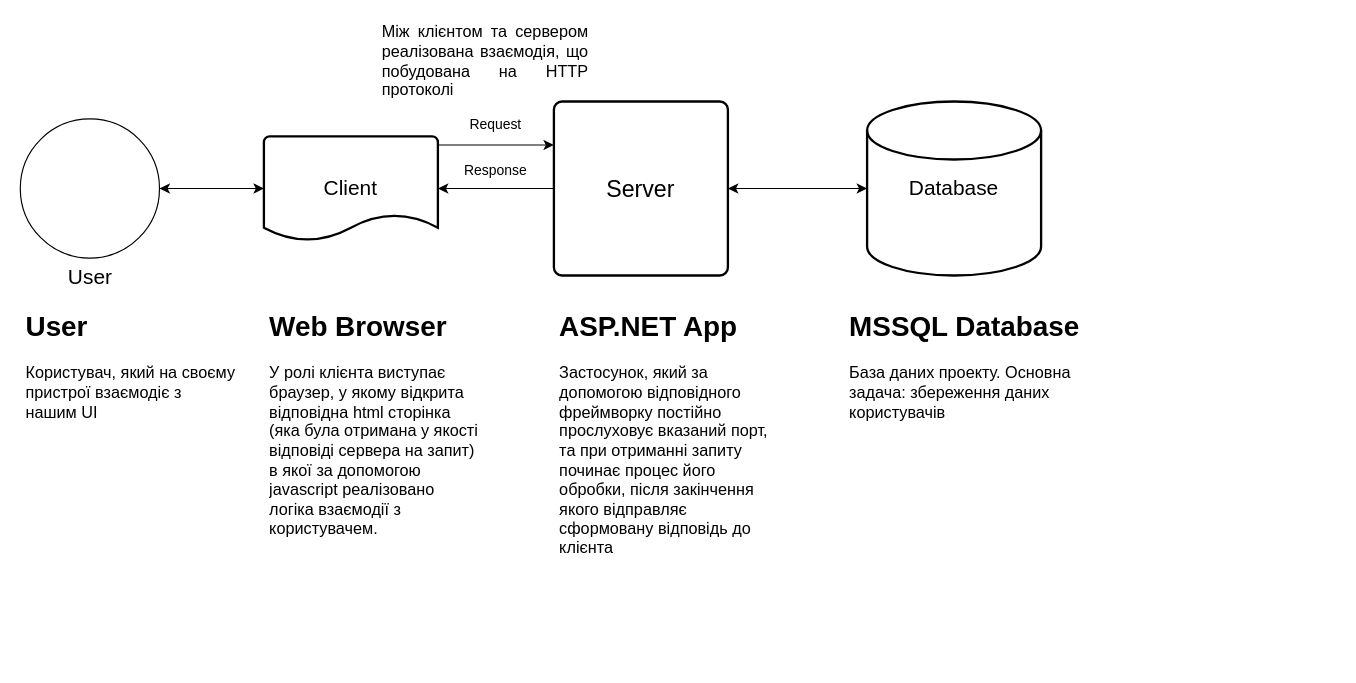
Earlier version of the draw.io diagram documentation/client-server.drawio (vitaliy-bezugly/PropertySearch). Source tidied: cells renumbered, new cells numbered last; positions are measured from the earlier drawing's top-left corner, leaving out a move shared by most shapes. Both pictures are drawn from the tidied source at 116%, with x=0, y=0 at pixel (20, 20).
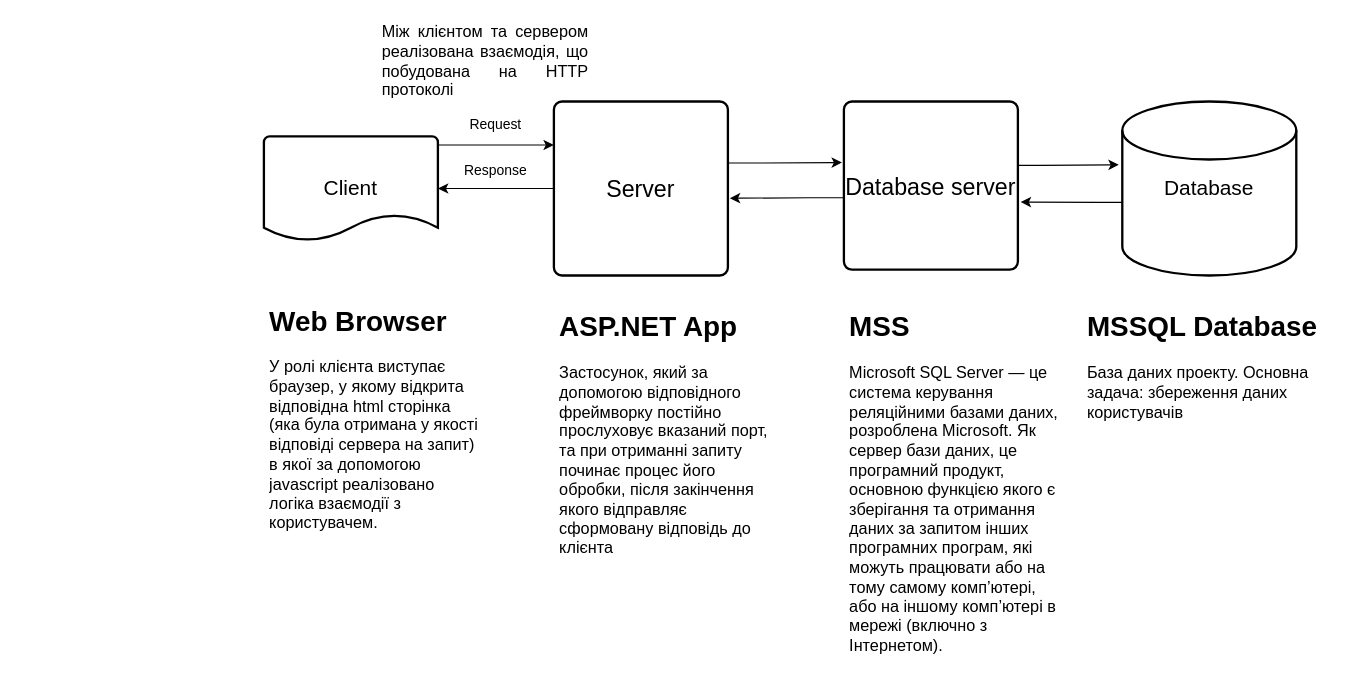
After the change.

The change refers to these unchanged cells:
```xml
<mxCell id="6" value="&lt;font style=&quot;font-size: 18px;&quot;&gt;Client&lt;/font&gt;" style="strokeWidth=2;html=1;shape=mxgraph.flowchart.document2;whiteSpace=wrap;size=0.25;" parent="1" vertex="1">
  <mxGeometry x="210" y="100" width="150" height="90" as="geometry" />
</mxCell>
<mxCell id="9" value="&lt;font style=&quot;font-size: 20px;&quot;&gt;Server&lt;/font&gt;" style="rounded=1;whiteSpace=wrap;html=1;absoluteArcSize=1;arcSize=14;strokeWidth=2;" parent="1" vertex="1">
  <mxGeometry x="460" y="70" width="150" height="150" as="geometry" />
</mxCell>
```

Diff of the diagram source:
```diff
@@
-    <mxCell id="2" style="edgeStyle=orthogonalEdgeStyle;rounded=0;jettySize=auto;html=1;entryX=0;entryY=0.5;entryDx=0;entryDy=0;entryPerimeter=0;" parent="1" edge="1" source="3" target="6">
-      <mxGeometry relative="1" as="geometry" />
-    </mxCell>
-    <mxCell id="3" value="&lt;font style=&quot;font-size: 18px;&quot;&gt;User&lt;/font&gt;" style="verticalLabelPosition=bottom;verticalAlign=top;html=1;shape=mxgraph.flowchart.on-page_reference;" parent="1" vertex="1">
-      <mxGeometry y="85" width="120" height="120" as="geometry" />
-    </mxCell>
@@
-    <mxCell id="5" style="edgeStyle=orthogonalEdgeStyle;rounded=0;jettySize=auto;html=1;entryX=1;entryY=0.5;entryDx=0;entryDy=0;entryPerimeter=0;" parent="1" edge="1" source="6" target="3">
-      <mxGeometry relative="1" as="geometry" />
-    </mxCell>
@@
-    <mxCell id="8" style="edgeStyle=orthogonalEdgeStyle;rounded=0;jettySize=auto;html=1;entryX=0;entryY=0.5;entryDx=0;entryDy=0;entryPerimeter=0;" parent="1" edge="1" source="9" target="13">
-      <mxGeometry relative="1" as="geometry" />
-    </mxCell>
+    <mxCell id="19" style="edgeStyle=orthogonalEdgeStyle;rounded=0;jettySize=auto;html=1;entryX=-0.011;entryY=0.363;entryDx=0;entryDy=0;entryPerimeter=0;" parent="1" edge="1" source="9" target="23">
+      <mxGeometry relative="1" as="geometry">
+        <Array as="points">
+          <mxPoint x="640" y="123" />
+          <mxPoint x="640" y="123" />
+        </Array>
+      </mxGeometry>
+    </mxCell>
@@
-    <mxCell id="12" style="edgeStyle=orthogonalEdgeStyle;rounded=0;jettySize=auto;html=1;entryX=1;entryY=0.5;entryDx=0;entryDy=0;" parent="1" edge="1" source="13" target="9">
-      <mxGeometry relative="1" as="geometry" />
-    </mxCell>
+    <mxCell id="20" style="edgeStyle=orthogonalEdgeStyle;rounded=0;jettySize=auto;html=1;entryX=1.016;entryY=0.598;entryDx=0;entryDy=0;entryPerimeter=0;" parent="1" edge="1" source="13" target="23">
+      <mxGeometry relative="1" as="geometry">
+        <Array as="points">
+          <mxPoint x="930" y="157" />
+          <mxPoint x="930" y="157" />
+        </Array>
+      </mxGeometry>
+    </mxCell>
     <mxCell id="13" value="&lt;font style=&quot;font-size: 18px;&quot;&gt;Database&lt;/font&gt;" style="strokeWidth=2;html=1;shape=mxgraph.flowchart.database;whiteSpace=wrap;" parent="1" vertex="1">
-      <mxGeometry x="730" y="70" width="150" height="150" as="geometry" />
+      <mxGeometry x="950" y="70" width="150" height="150" as="geometry" />
     </mxCell>
     <mxCell id="14" value="&lt;h1&gt;Web Browser&lt;/h1&gt;&lt;p&gt;&lt;font style=&quot;font-size: 14px;&quot;&gt;У ролі клієнта виступає браузер, у якому відкрита відповідна html сторінка (яка була отримана у якості відповіді сервера на запит) в якої за допомогою javascript реалізовано логіка взаємодії з користувачем.&lt;/font&gt;&lt;/p&gt;" style="text;html=1;strokeColor=none;fillColor=none;spacing=5;spacingTop=-20;whiteSpace=wrap;overflow=hidden;rounded=0;" parent="1" vertex="1">
-      <mxGeometry x="210" y="245" width="190" height="240" as="geometry" />
+      <mxGeometry x="210" y="240" width="190" height="240" as="geometry" />
     </mxCell>
@@
     <mxCell id="16" value="&lt;h1&gt;MSSQL Database&lt;/h1&gt;&lt;p&gt;&lt;font style=&quot;font-size: 14px;&quot;&gt;База даних проекту. Основна задача: збереження даних користувачів&lt;/font&gt;&lt;/p&gt;" style="text;html=1;strokeColor=none;fillColor=none;spacing=5;spacingTop=-20;whiteSpace=wrap;overflow=hidden;rounded=0;" parent="1" vertex="1">
-      <mxGeometry x="710" y="245" width="220" height="120" as="geometry" />
+      <mxGeometry x="915" y="245" width="220" height="120" as="geometry" />
     </mxCell>
-    <mxCell id="17" value="&lt;h1&gt;User&lt;/h1&gt;&lt;p&gt;&lt;font style=&quot;font-size: 14px;&quot;&gt;Користувач, який на своєму пристрої взаємодіє з нашим UI&lt;/font&gt;&lt;/p&gt;" style="text;html=1;strokeColor=none;fillColor=none;spacing=5;spacingTop=-20;whiteSpace=wrap;overflow=hidden;rounded=0;" parent="1" vertex="1">
-      <mxGeometry y="245" width="190" height="120" as="geometry" />
-    </mxCell>
@@
+    <mxCell id="21" style="edgeStyle=orthogonalEdgeStyle;rounded=0;jettySize=auto;html=1;entryX=1.011;entryY=0.556;entryDx=0;entryDy=0;entryPerimeter=0;" parent="1" edge="1" source="23" target="9">
+      <mxGeometry relative="1" as="geometry">
+        <Array as="points">
+          <mxPoint x="680" y="153" />
+          <mxPoint x="680" y="153" />
+        </Array>
+      </mxGeometry>
+    </mxCell>
+    <mxCell id="22" style="edgeStyle=orthogonalEdgeStyle;rounded=0;jettySize=auto;html=1;entryX=-0.02;entryY=0.364;entryDx=0;entryDy=0;entryPerimeter=0;" parent="1" edge="1" source="23" target="13">
+      <mxGeometry relative="1" as="geometry">
+        <Array as="points">
+          <mxPoint x="880" y="125" />
+          <mxPoint x="880" y="125" />
+        </Array>
+      </mxGeometry>
+    </mxCell>
+    <mxCell id="23" value="&lt;font style=&quot;font-size: 20px;&quot;&gt;Database server&lt;/font&gt;" style="rounded=1;whiteSpace=wrap;html=1;absoluteArcSize=1;arcSize=14;strokeWidth=2;" parent="1" vertex="1">
+      <mxGeometry x="710" y="70" width="150" height="145" as="geometry" />
+    </mxCell>
+    <mxCell id="24" value="&lt;h1&gt;MSS&lt;/h1&gt;&lt;p&gt;&lt;font style=&quot;font-size: 14px;&quot;&gt;Microsoft SQL Server — це система керування реляційними базами даних, розроблена Microsoft. Як сервер бази даних, це програмний продукт, основною функцією якого є зберігання та отримання даних за запитом інших програмних програм, які можуть працювати або на тому самому комп’ютері, або на іншому комп’ютері в мережі (включно з Інтернетом).&lt;/font&gt;&lt;/p&gt;" style="text;html=1;strokeColor=none;fillColor=none;spacing=5;spacingTop=-20;whiteSpace=wrap;overflow=hidden;rounded=0;" parent="1" vertex="1">
+      <mxGeometry x="710" y="245" width="190" height="310" as="geometry" />
+    </mxCell>
```
